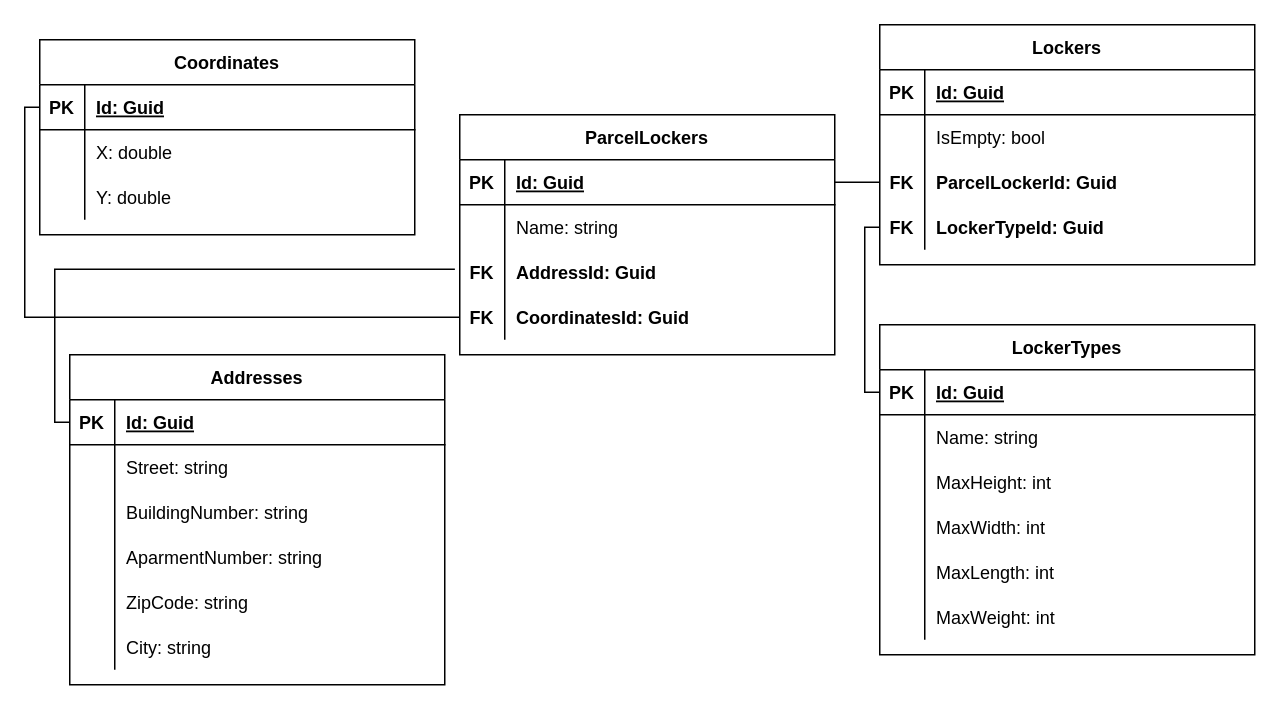
This is Docs/EmptyParcelLocker.ERD.drawio from ZRPI-TEAM/EmptyParcelLocker.API, a draw.io file, before an edit. Source tidied: cells renumbered, new cells numbered last; positions are measured from the earlier drawing's top-left corner, leaving out a move shared by most shapes. Both pictures are drawn from the tidied source at 150%, with x=0, y=0 at pixel (39, 24).
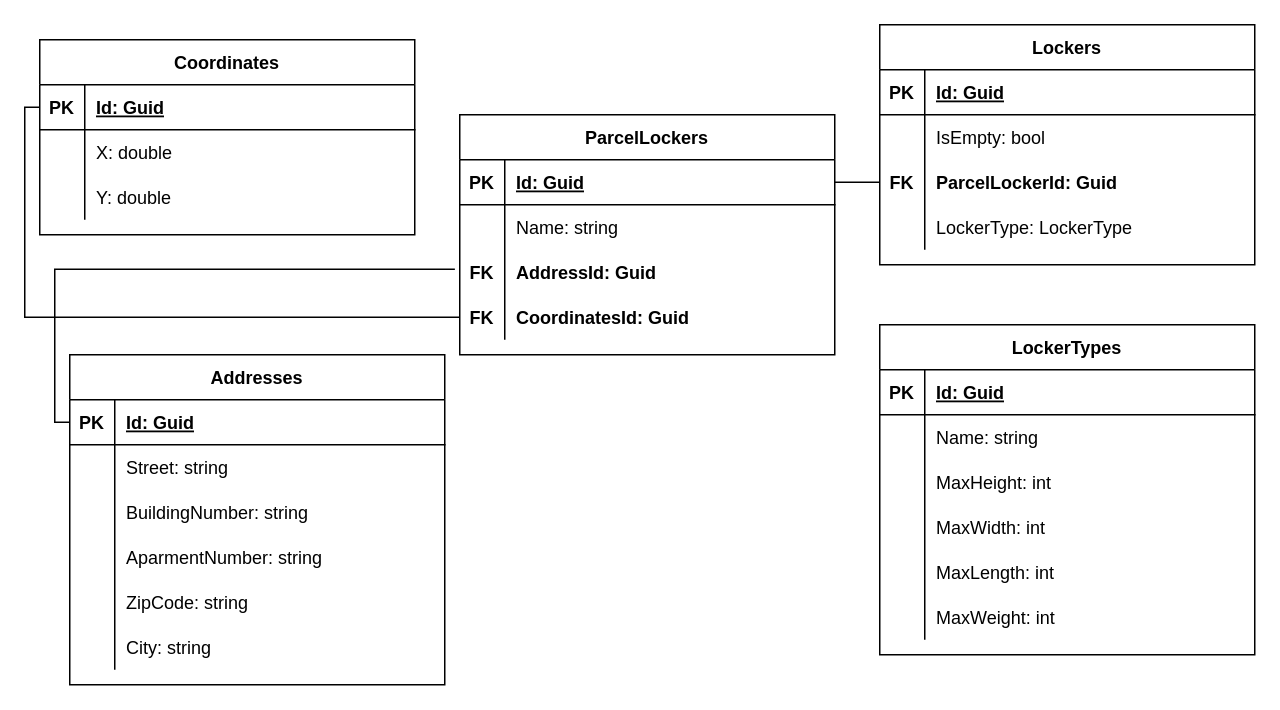
After the change.

The change refers to these unchanged cells:
```xml
<mxCell id="56" style="shape=partialRectangle;fillColor=none;points=[[0,0.5],[1,0.5]];portConstraint=eastwest;top=0;left=0;right=0;bottom=0;" parent="46" vertex="1">
  <mxGeometry y="120" width="250" height="30" as="geometry" />
</mxCell>
<mxCell id="60" style="shape=partialRectangle;fillColor=none;points=[[0,0.5],[1,0.5]];portConstraint=eastwest;top=0;left=0;right=0;bottom=1;" parent="59" vertex="1">
  <mxGeometry y="30" width="250" height="30" as="geometry" />
</mxCell>
```

Change to the diagram source:
```diff
@@
-    <mxCell id="57" value="FK" style="shape=partialRectangle;overflow=hidden;fillColor=none;top=0;left=0;bottom=0;right=0;fontStyle=1;" parent="56" vertex="1">
+    <mxCell id="57" style="shape=partialRectangle;overflow=hidden;fillColor=none;top=0;left=0;bottom=0;right=0;fontStyle=1;" parent="56" vertex="1">
       <mxGeometry width="30" height="30" as="geometry" />
     </mxCell>
-    <mxCell id="58" value="LockerTypeId: Guid" style="shape=partialRectangle;overflow=hidden;fillColor=none;top=0;left=0;bottom=0;right=0;align=left;spacingLeft=6;fontStyle=1;" parent="56" vertex="1">
+    <mxCell id="58" value="LockerType: LockerType" style="shape=partialRectangle;overflow=hidden;fillColor=none;top=0;left=0;bottom=0;right=0;align=left;spacingLeft=6;fontStyle=0;" parent="56" vertex="1">
       <mxGeometry x="30" width="220" height="30" as="geometry" />
     </mxCell>
@@
-    <mxCell id="79" style="endArrow=none;html=1;rounded=0;edgeStyle=orthogonalEdgeStyle;entryX=0;entryY=0.5;entryDx=0;entryDy=0;exitX=0;exitY=0.5;exitDx=0;exitDy=0;" parent="1" edge="1" source="60" target="56">
-      <mxGeometry relative="1" as="geometry" />
-    </mxCell>
```
